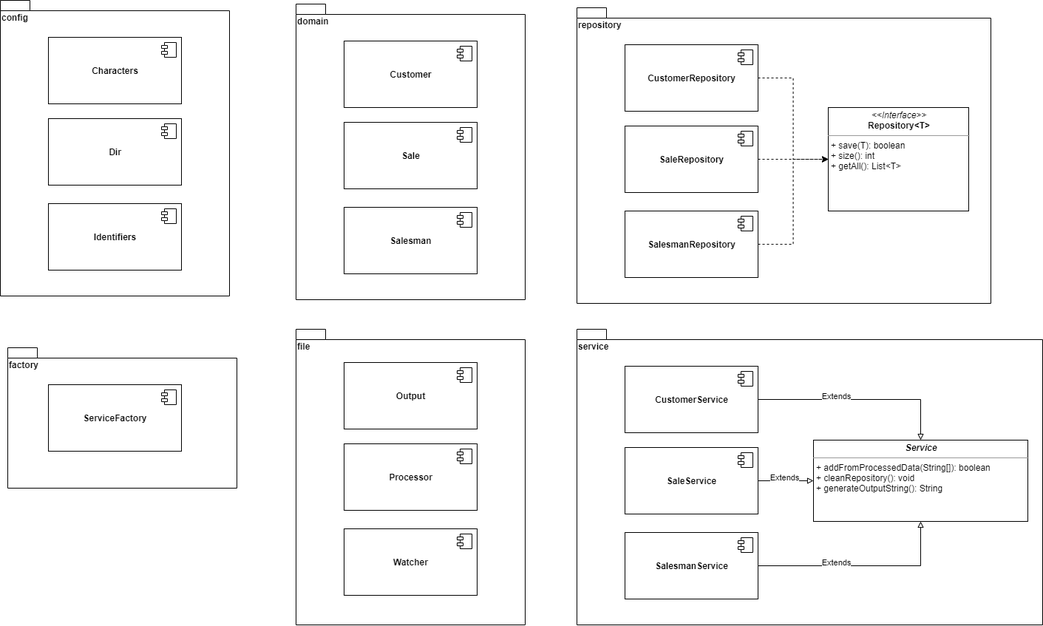
This is documents/package-diagram.png from guerra08/desafio-ilegra, a draw.io export, as it was before one commit. Source tidied: cells renumbered, new cells last; positions are measured from the earlier drawing's top-left corner, leaving out a move shared by most shapes.
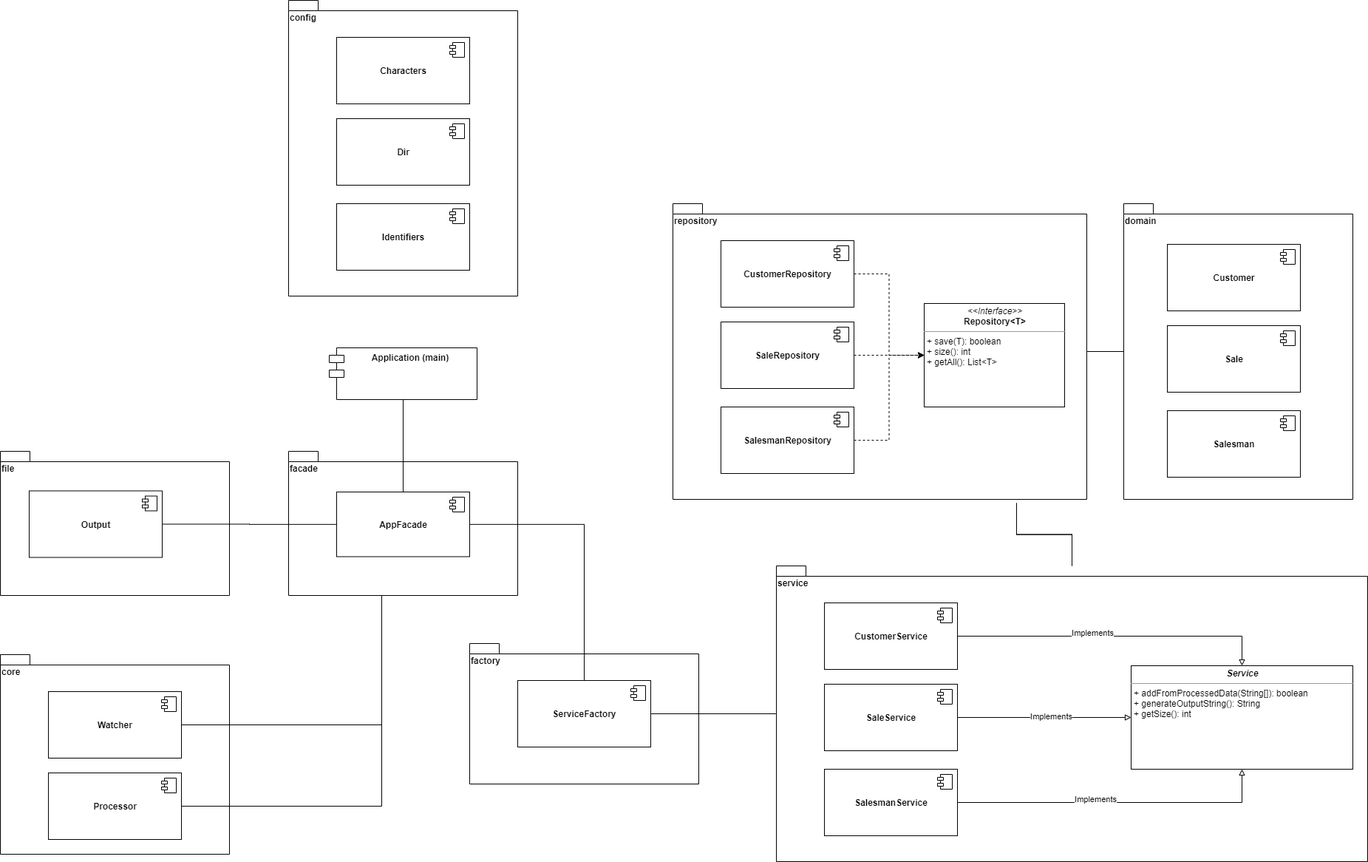
After the change.

What changed in the source:
```diff
@@ -3,10 +3,10 @@
     <mxCell id="0" />
     <mxCell id="1" parent="0" />
     <mxCell id="2" value="config" style="shape=folder;fontStyle=1;spacingTop=10;tabWidth=40;tabHeight=14;tabPosition=left;html=1;align=left;verticalAlign=top;" parent="1" vertex="1">
-      <mxGeometry width="310" height="400" as="geometry" />
+      <mxGeometry x="810" y="-30" width="310" height="400" as="geometry" />
     </mxCell>
     <mxCell id="3" value="&lt;b&gt;Characters&lt;/b&gt;" style="html=1;" parent="1" vertex="1">
-      <mxGeometry x="65" y="50" width="180" height="90" as="geometry" />
+      <mxGeometry x="875" y="20" width="180" height="90" as="geometry" />
     </mxCell>
     <mxCell id="4" style="shape=module;jettyWidth=8;jettyHeight=4;" parent="3" vertex="1">
       <mxGeometry x="1" width="20" height="20" relative="1" as="geometry">
@@ -14,7 +14,7 @@
       </mxGeometry>
     </mxCell>
     <mxCell id="5" value="&lt;b&gt;Dir&lt;/b&gt;" style="html=1;" parent="1" vertex="1">
-      <mxGeometry x="65" y="160" width="180" height="90" as="geometry" />
+      <mxGeometry x="875" y="130" width="180" height="90" as="geometry" />
     </mxCell>
     <mxCell id="6" style="shape=module;jettyWidth=8;jettyHeight=4;" parent="5" vertex="1">
       <mxGeometry x="1" width="20" height="20" relative="1" as="geometry">
@@ -22,18 +22,21 @@
       </mxGeometry>
     </mxCell>
     <mxCell id="7" value="&lt;b&gt;Identifiers&lt;/b&gt;" style="html=1;" parent="1" vertex="1">
-      <mxGeometry x="65" y="275" width="180" height="90" as="geometry" />
+      <mxGeometry x="875" y="245" width="180" height="90" as="geometry" />
     </mxCell>
     <mxCell id="8" style="shape=module;jettyWidth=8;jettyHeight=4;" parent="7" vertex="1">
       <mxGeometry x="1" width="20" height="20" relative="1" as="geometry">
         <mxPoint x="-27" y="7" as="offset" />
       </mxGeometry>
     </mxCell>
+    <mxCell id="51" style="edgeStyle=orthogonalEdgeStyle;rounded=0;jettySize=auto;html=1;endArrow=none;endFill=0;" parent="1" edge="1" source="9" target="26">
+      <mxGeometry relative="1" as="geometry" />
+    </mxCell>
     <mxCell id="9" value="domain" style="shape=folder;fontStyle=1;spacingTop=10;tabWidth=40;tabHeight=14;tabPosition=left;html=1;align=left;verticalAlign=top;" parent="1" vertex="1">
-      <mxGeometry x="400" y="5" width="310" height="400" as="geometry" />
+      <mxGeometry x="1940" y="245" width="310" height="400" as="geometry" />
     </mxCell>
     <mxCell id="10" value="&lt;b&gt;Customer&lt;/b&gt;" style="html=1;" parent="1" vertex="1">
-      <mxGeometry x="465" y="55" width="180" height="90" as="geometry" />
+      <mxGeometry x="1999" y="300" width="180" height="90" as="geometry" />
     </mxCell>
     <mxCell id="11" style="shape=module;jettyWidth=8;jettyHeight=4;" parent="10" vertex="1">
       <mxGeometry x="1" width="20" height="20" relative="1" as="geometry">
@@ -41,7 +44,7 @@
       </mxGeometry>
     </mxCell>
     <mxCell id="12" value="&lt;b&gt;Sale&lt;/b&gt;" style="html=1;" parent="1" vertex="1">
-      <mxGeometry x="465" y="165" width="180" height="90" as="geometry" />
+      <mxGeometry x="1999" y="410" width="180" height="90" as="geometry" />
     </mxCell>
     <mxCell id="13" style="shape=module;jettyWidth=8;jettyHeight=4;" parent="12" vertex="1">
       <mxGeometry x="1" width="20" height="20" relative="1" as="geometry">
@@ -49,7 +52,7 @@
       </mxGeometry>
     </mxCell>
     <mxCell id="14" value="&lt;b&gt;Salesman&lt;/b&gt;" style="html=1;" parent="1" vertex="1">
-      <mxGeometry x="465" y="280" width="180" height="90" as="geometry" />
+      <mxGeometry x="1999" y="525" width="180" height="90" as="geometry" />
     </mxCell>
     <mxCell id="15" style="shape=module;jettyWidth=8;jettyHeight=4;" parent="14" vertex="1">
       <mxGeometry x="1" width="20" height="20" relative="1" as="geometry">
@@ -57,10 +60,13 @@
       </mxGeometry>
     </mxCell>
     <mxCell id="16" value="factory" style="shape=folder;fontStyle=1;spacingTop=10;tabWidth=40;tabHeight=14;tabPosition=left;html=1;align=left;verticalAlign=top;" parent="1" vertex="1">
-      <mxGeometry x="10" y="470" width="310" height="190" as="geometry" />
+      <mxGeometry x="1055" y="840" width="310" height="190" as="geometry" />
     </mxCell>
+    <mxCell id="52" style="edgeStyle=orthogonalEdgeStyle;rounded=0;jettySize=auto;html=1;endArrow=none;endFill=0;" parent="1" edge="1" source="17" target="37">
+      <mxGeometry relative="1" as="geometry" />
+    </mxCell>
     <mxCell id="17" value="&lt;b&gt;ServiceFactory&lt;/b&gt;" style="html=1;" parent="1" vertex="1">
-      <mxGeometry x="65" y="520" width="180" height="90" as="geometry" />
+      <mxGeometry x="1120" y="890" width="180" height="90" as="geometry" />
     </mxCell>
     <mxCell id="18" style="shape=module;jettyWidth=8;jettyHeight=4;" parent="17" vertex="1">
       <mxGeometry x="1" width="20" height="20" relative="1" as="geometry">
@@ -68,40 +74,24 @@
       </mxGeometry>
     </mxCell>
     <mxCell id="19" value="file" style="shape=folder;fontStyle=1;spacingTop=10;tabWidth=40;tabHeight=14;tabPosition=left;html=1;align=left;verticalAlign=top;" parent="1" vertex="1">
-      <mxGeometry x="400" y="445" width="310" height="400" as="geometry" />
+      <mxGeometry x="420" y="580" width="310" height="195" as="geometry" />
     </mxCell>
     <mxCell id="20" value="&lt;b&gt;Output&lt;/b&gt;" style="html=1;" parent="1" vertex="1">
-      <mxGeometry x="465" y="490" width="180" height="90" as="geometry" />
+      <mxGeometry x="459" y="633.5" width="180" height="90" as="geometry" />
     </mxCell>
     <mxCell id="21" style="shape=module;jettyWidth=8;jettyHeight=4;" parent="20" vertex="1">
       <mxGeometry x="1" width="20" height="20" relative="1" as="geometry">
         <mxPoint x="-27" y="7" as="offset" />
       </mxGeometry>
     </mxCell>
-    <mxCell id="22" value="&lt;b&gt;Processor&lt;/b&gt;" style="html=1;" parent="1" vertex="1">
-      <mxGeometry x="465" y="600" width="180" height="90" as="geometry" />
-    </mxCell>
-    <mxCell id="23" style="shape=module;jettyWidth=8;jettyHeight=4;" parent="22" vertex="1">
-      <mxGeometry x="1" width="20" height="20" relative="1" as="geometry">
-        <mxPoint x="-27" y="7" as="offset" />
-      </mxGeometry>
-    </mxCell>
-    <mxCell id="24" value="&lt;b&gt;Watcher&lt;/b&gt;" style="html=1;" parent="1" vertex="1">
-      <mxGeometry x="465" y="715" width="180" height="90" as="geometry" />
-    </mxCell>
-    <mxCell id="25" style="shape=module;jettyWidth=8;jettyHeight=4;" parent="24" vertex="1">
-      <mxGeometry x="1" width="20" height="20" relative="1" as="geometry">
-        <mxPoint x="-27" y="7" as="offset" />
-      </mxGeometry>
-    </mxCell>
     <mxCell id="26" value="repository" style="shape=folder;fontStyle=1;spacingTop=10;tabWidth=40;tabHeight=14;tabPosition=left;html=1;align=left;verticalAlign=top;" parent="1" vertex="1">
-      <mxGeometry x="780" y="10" width="560" height="400" as="geometry" />
+      <mxGeometry x="1330" y="245" width="560" height="400" as="geometry" />
     </mxCell>
     <mxCell id="27" style="edgeStyle=orthogonalEdgeStyle;rounded=0;jettySize=auto;html=1;dashed=1;" parent="1" edge="1" source="28" target="36">
       <mxGeometry relative="1" as="geometry" />
     </mxCell>
     <mxCell id="28" value="&lt;b&gt;CustomerRepository&lt;/b&gt;" style="html=1;" parent="1" vertex="1">
-      <mxGeometry x="845" y="60" width="180" height="90" as="geometry" />
+      <mxGeometry x="1395" y="295" width="180" height="90" as="geometry" />
     </mxCell>
     <mxCell id="29" style="shape=module;jettyWidth=8;jettyHeight=4;" parent="28" vertex="1">
       <mxGeometry x="1" width="20" height="20" relative="1" as="geometry">
@@ -112,7 +102,7 @@
       <mxGeometry relative="1" as="geometry" />
     </mxCell>
     <mxCell id="31" value="&lt;b&gt;SaleRepository&lt;/b&gt;" style="html=1;" parent="1" vertex="1">
-      <mxGeometry x="845" y="170" width="180" height="90" as="geometry" />
+      <mxGeometry x="1395" y="405" width="180" height="90" as="geometry" />
     </mxCell>
     <mxCell id="32" style="shape=module;jettyWidth=8;jettyHeight=4;" parent="31" vertex="1">
       <mxGeometry x="1" width="20" height="20" relative="1" as="geometry">
@@ -123,7 +113,7 @@
       <mxGeometry relative="1" as="geometry" />
     </mxCell>
     <mxCell id="34" value="&lt;b&gt;SalesmanRepository&lt;/b&gt;" style="html=1;" parent="1" vertex="1">
-      <mxGeometry x="845" y="285" width="180" height="90" as="geometry" />
+      <mxGeometry x="1395" y="520" width="180" height="90" as="geometry" />
     </mxCell>
     <mxCell id="35" style="shape=module;jettyWidth=8;jettyHeight=4;" parent="34" vertex="1">
       <mxGeometry x="1" width="20" height="20" relative="1" as="geometry">
@@ -131,64 +121,125 @@
       </mxGeometry>
     </mxCell>
     <mxCell id="36" value="&lt;p style=&quot;margin: 0px ; margin-top: 4px ; text-align: center&quot;&gt;&lt;i&gt;&amp;lt;&amp;lt;Interface&amp;gt;&amp;gt;&lt;/i&gt;&lt;br&gt;&lt;b&gt;Repository&amp;lt;T&amp;gt;&lt;/b&gt;&lt;/p&gt;&lt;hr size=&quot;1&quot;&gt;&lt;p style=&quot;margin: 0px ; margin-left: 4px&quot;&gt;&lt;/p&gt;&lt;p style=&quot;margin: 0px ; margin-left: 4px&quot;&gt;+ save(T): boolean&lt;br&gt;+ size(): int&lt;/p&gt;&lt;p style=&quot;margin: 0px ; margin-left: 4px&quot;&gt;+ getAll(): List&amp;lt;T&amp;gt;&lt;/p&gt;" style="verticalAlign=top;align=left;overflow=fill;fontSize=12;fontFamily=Helvetica;html=1;" parent="1" vertex="1">
-      <mxGeometry x="1120" y="145" width="190" height="140" as="geometry" />
+      <mxGeometry x="1670" y="380" width="190" height="140" as="geometry" />
     </mxCell>
+    <mxCell id="53" style="edgeStyle=orthogonalEdgeStyle;rounded=0;jettySize=auto;html=1;endArrow=none;endFill=0;" parent="1" edge="1" source="37">
+      <mxGeometry relative="1" as="geometry">
+        <mxPoint x="1795" y="650" as="targetPoint" />
+      </mxGeometry>
+    </mxCell>
+    <mxCell id="54" style="edgeStyle=orthogonalEdgeStyle;rounded=0;jettySize=auto;html=1;endArrow=none;endFill=0;" parent="1" edge="1" source="37">
+      <mxGeometry relative="1" as="geometry">
+        <mxPoint x="1795" y="650" as="targetPoint" />
+      </mxGeometry>
+    </mxCell>
     <mxCell id="37" value="service" style="shape=folder;fontStyle=1;spacingTop=10;tabWidth=40;tabHeight=14;tabPosition=left;html=1;align=left;verticalAlign=top;" parent="1" vertex="1">
-      <mxGeometry x="780" y="445" width="630" height="400" as="geometry" />
+      <mxGeometry x="1470" y="735" width="800" height="400" as="geometry" />
     </mxCell>
-    <mxCell id="38" style="edgeStyle=orthogonalEdgeStyle;rounded=0;jettySize=auto;html=1;endArrow=block;endFill=0;" parent="1" edge="1" source="40" target="49">
+    <mxCell id="38" style="edgeStyle=orthogonalEdgeStyle;rounded=0;jettySize=auto;html=1;endArrow=block;endFill=0;entryX=0.5;entryY=0;entryDx=0;entryDy=0;" parent="1" edge="1" source="40" target="60">
       <mxGeometry relative="1" as="geometry" />
     </mxCell>
-    <mxCell id="39" value="Extends" style="edgeLabel;html=1;align=center;verticalAlign=middle;" parent="38" vertex="1">
+    <mxCell id="39" value="Implements" style="edgeLabel;html=1;align=center;verticalAlign=middle;" parent="38" vertex="1">
       <mxGeometry x="0.02" y="-3" relative="1" as="geometry">
         <mxPoint x="-35" y="-8" as="offset" />
       </mxGeometry>
     </mxCell>
     <mxCell id="40" value="&lt;b&gt;CustomerService&lt;/b&gt;" style="html=1;" parent="1" vertex="1">
-      <mxGeometry x="845" y="495" width="180" height="90" as="geometry" />
+      <mxGeometry x="1535" y="785" width="180" height="90" as="geometry" />
     </mxCell>
     <mxCell id="41" style="shape=module;jettyWidth=8;jettyHeight=4;" parent="40" vertex="1">
       <mxGeometry x="1" width="20" height="20" relative="1" as="geometry">
         <mxPoint x="-27" y="7" as="offset" />
       </mxGeometry>
     </mxCell>
-    <mxCell id="42" style="edgeStyle=orthogonalEdgeStyle;rounded=0;jettySize=auto;html=1;endArrow=block;endFill=0;" parent="1" edge="1" source="43" target="49">
-      <mxGeometry relative="1" as="geometry">
-        <Array as="points">
-          <mxPoint x="1050" y="650" />
-          <mxPoint x="1050" y="650" />
-        </Array>
-      </mxGeometry>
+    <mxCell id="42" style="edgeStyle=orthogonalEdgeStyle;rounded=0;jettySize=auto;html=1;endArrow=block;endFill=0;" parent="1" edge="1" source="43" target="60">
+      <mxGeometry relative="1" as="geometry" />
     </mxCell>
     <mxCell id="43" value="&lt;b&gt;SaleService&lt;/b&gt;" style="html=1;" parent="1" vertex="1">
-      <mxGeometry x="845" y="605" width="180" height="90" as="geometry" />
+      <mxGeometry x="1535" y="895" width="180" height="90" as="geometry" />
     </mxCell>
     <mxCell id="44" style="shape=module;jettyWidth=8;jettyHeight=4;" parent="43" vertex="1">
       <mxGeometry x="1" width="20" height="20" relative="1" as="geometry">
         <mxPoint x="-27" y="7" as="offset" />
       </mxGeometry>
     </mxCell>
-    <mxCell id="45" style="edgeStyle=orthogonalEdgeStyle;rounded=0;jettySize=auto;html=1;endArrow=block;endFill=0;" parent="1" edge="1" source="47" target="49">
+    <mxCell id="45" style="edgeStyle=orthogonalEdgeStyle;rounded=0;jettySize=auto;html=1;endArrow=block;endFill=0;entryX=0.5;entryY=1;entryDx=0;entryDy=0;" parent="1" edge="1" source="47" target="60">
       <mxGeometry relative="1" as="geometry" />
     </mxCell>
-    <mxCell id="46" value="Extends" style="edgeLabel;html=1;align=center;verticalAlign=middle;" parent="45" vertex="1">
+    <mxCell id="46" value="Implements" style="edgeLabel;html=1;align=center;verticalAlign=middle;" parent="45" vertex="1">
       <mxGeometry x="0.08" y="3" relative="1" as="geometry">
         <mxPoint x="-46" y="-2" as="offset" />
       </mxGeometry>
     </mxCell>
     <mxCell id="47" value="&lt;b&gt;SalesmanService&lt;/b&gt;" style="html=1;" parent="1" vertex="1">
-      <mxGeometry x="845" y="720" width="180" height="90" as="geometry" />
+      <mxGeometry x="1535" y="1010" width="180" height="90" as="geometry" />
     </mxCell>
     <mxCell id="48" style="shape=module;jettyWidth=8;jettyHeight=4;" parent="47" vertex="1">
       <mxGeometry x="1" width="20" height="20" relative="1" as="geometry">
         <mxPoint x="-27" y="7" as="offset" />
       </mxGeometry>
     </mxCell>
-    <mxCell id="49" value="&lt;p style=&quot;margin: 0px ; margin-top: 4px ; text-align: center&quot;&gt;&lt;b&gt;&lt;i&gt;Service&lt;/i&gt;&lt;/b&gt;&lt;/p&gt;&lt;hr size=&quot;1&quot;&gt;&lt;p style=&quot;margin: 0px ; margin-left: 4px&quot;&gt;+ addFromProcessedData(String[]): boolean&lt;/p&gt;&lt;p style=&quot;margin: 0px ; margin-left: 4px&quot;&gt;+ cleanRepository(): void&lt;/p&gt;&lt;p style=&quot;margin: 0px ; margin-left: 4px&quot;&gt;+ generateOutputString(): String&lt;/p&gt;" style="verticalAlign=top;align=left;overflow=fill;fontSize=12;fontFamily=Helvetica;html=1;" parent="1" vertex="1">
-      <mxGeometry x="1100" y="595" width="290" height="110" as="geometry" />
-    </mxCell>
-    <mxCell id="50" value="Extends" style="edgeLabel;html=1;align=center;verticalAlign=middle;" parent="1" vertex="1">
-      <mxGeometry x="1060" y="645" as="geometry" />
+    <mxCell id="50" value="Implements" style="edgeLabel;html=1;align=center;verticalAlign=middle;" parent="1" vertex="1">
+      <mxGeometry x="1750" y="935" as="geometry">
+        <mxPoint x="91" y="3" as="offset" />
+      </mxGeometry>
     </mxCell>
+    <mxCell id="55" value="core" style="shape=folder;fontStyle=1;spacingTop=10;tabWidth=40;tabHeight=14;tabPosition=left;html=1;align=left;verticalAlign=top;" parent="1" vertex="1">
+      <mxGeometry x="420" y="855" width="310" height="270" as="geometry" />
+    </mxCell>
+    <mxCell id="56" style="edgeStyle=orthogonalEdgeStyle;rounded=0;orthogonalLoop=1;jettySize=auto;html=1;endArrow=none;endFill=0;" parent="1" edge="1">
+      <mxGeometry relative="1" as="geometry">
+        <mxPoint x="636" y="950" as="sourcePoint" />
+        <mxPoint x="936" y="722.5" as="targetPoint" />
+      </mxGeometry>
+    </mxCell>
+    <mxCell id="24" value="&lt;b&gt;Watcher&lt;/b&gt;" style="html=1;" parent="1" vertex="1">
+      <mxGeometry x="485" y="905" width="180" height="90" as="geometry" />
+    </mxCell>
+    <mxCell id="57" style="shape=module;jettyWidth=8;jettyHeight=4;" parent="24" vertex="1">
+      <mxGeometry x="1" width="20" height="20" relative="1" as="geometry">
+        <mxPoint x="-27" y="7" as="offset" />
+      </mxGeometry>
+    </mxCell>
+    <mxCell id="58" style="edgeStyle=orthogonalEdgeStyle;rounded=0;orthogonalLoop=1;jettySize=auto;html=1;endArrow=none;endFill=0;" parent="1" edge="1">
+      <mxGeometry relative="1" as="geometry">
+        <mxPoint x="636" y="1060" as="sourcePoint" />
+        <mxPoint x="936" y="722.5" as="targetPoint" />
+      </mxGeometry>
+    </mxCell>
+    <mxCell id="22" value="&lt;b&gt;Processor&lt;/b&gt;" style="html=1;" parent="1" vertex="1">
+      <mxGeometry x="485" y="1015" width="180" height="90" as="geometry" />
+    </mxCell>
+    <mxCell id="59" style="shape=module;jettyWidth=8;jettyHeight=4;" parent="22" vertex="1">
+      <mxGeometry x="1" width="20" height="20" relative="1" as="geometry">
+        <mxPoint x="-27" y="7" as="offset" />
+      </mxGeometry>
+    </mxCell>
+    <mxCell id="60" value="&lt;p style=&quot;margin: 0px ; margin-top: 4px ; text-align: center&quot;&gt;&lt;b&gt;&lt;i&gt;Service&lt;/i&gt;&lt;/b&gt;&lt;/p&gt;&lt;hr size=&quot;1&quot;&gt;&lt;p style=&quot;margin: 0px ; margin-left: 4px&quot;&gt;&lt;/p&gt;&lt;p style=&quot;margin: 0px ; margin-left: 4px&quot;&gt;+ addFromProcessedData(String[]): boolean&lt;br&gt;&lt;span&gt;+ generateOutputString(): String&lt;/span&gt;&lt;/p&gt;&lt;p style=&quot;margin: 0px ; margin-left: 4px&quot;&gt;+ getSize(): int&lt;/p&gt;" style="verticalAlign=top;align=left;overflow=fill;fontSize=12;fontFamily=Helvetica;html=1;" parent="1" vertex="1">
+      <mxGeometry x="1950" y="870" width="300" height="140" as="geometry" />
+    </mxCell>
+    <mxCell id="61" value="facade" style="shape=folder;fontStyle=1;spacingTop=10;tabWidth=40;tabHeight=14;tabPosition=left;html=1;align=left;verticalAlign=top;" parent="1" vertex="1">
+      <mxGeometry x="810" y="580" width="310" height="195" as="geometry" />
+    </mxCell>
+    <mxCell id="62" style="edgeStyle=orthogonalEdgeStyle;rounded=0;jettySize=auto;html=1;endArrow=none;endFill=0;" parent="1" edge="1" source="64" target="17">
+      <mxGeometry relative="1" as="geometry" />
+    </mxCell>
+    <mxCell id="63" style="edgeStyle=orthogonalEdgeStyle;rounded=0;jettySize=auto;html=1;endArrow=none;endFill=0;" parent="1" edge="1" source="64" target="20">
+      <mxGeometry relative="1" as="geometry" />
+    </mxCell>
+    <mxCell id="64" value="&lt;b&gt;AppFacade&lt;/b&gt;" style="html=1;" parent="1" vertex="1">
+      <mxGeometry x="875" y="635" width="180" height="87.5" as="geometry" />
+    </mxCell>
+    <mxCell id="65" style="shape=module;jettyWidth=8;jettyHeight=4;" parent="64" vertex="1">
+      <mxGeometry x="1" width="20" height="20" relative="1" as="geometry">
+        <mxPoint x="-27" y="7" as="offset" />
+      </mxGeometry>
+    </mxCell>
+    <mxCell id="66" style="edgeStyle=orthogonalEdgeStyle;rounded=0;jettySize=auto;html=1;endArrow=none;endFill=0;" parent="1" edge="1" source="67" target="64">
+      <mxGeometry relative="1" as="geometry" />
+    </mxCell>
+    <mxCell id="67" value="Application (main)" style="shape=module;align=left;spacingLeft=20;align=center;verticalAlign=top;fontStyle=1;" parent="1" vertex="1">
+      <mxGeometry x="865" y="440" width="200" height="70" as="geometry" />
+    </mxCell>
   </root>
 </mxGraphModel>
```
